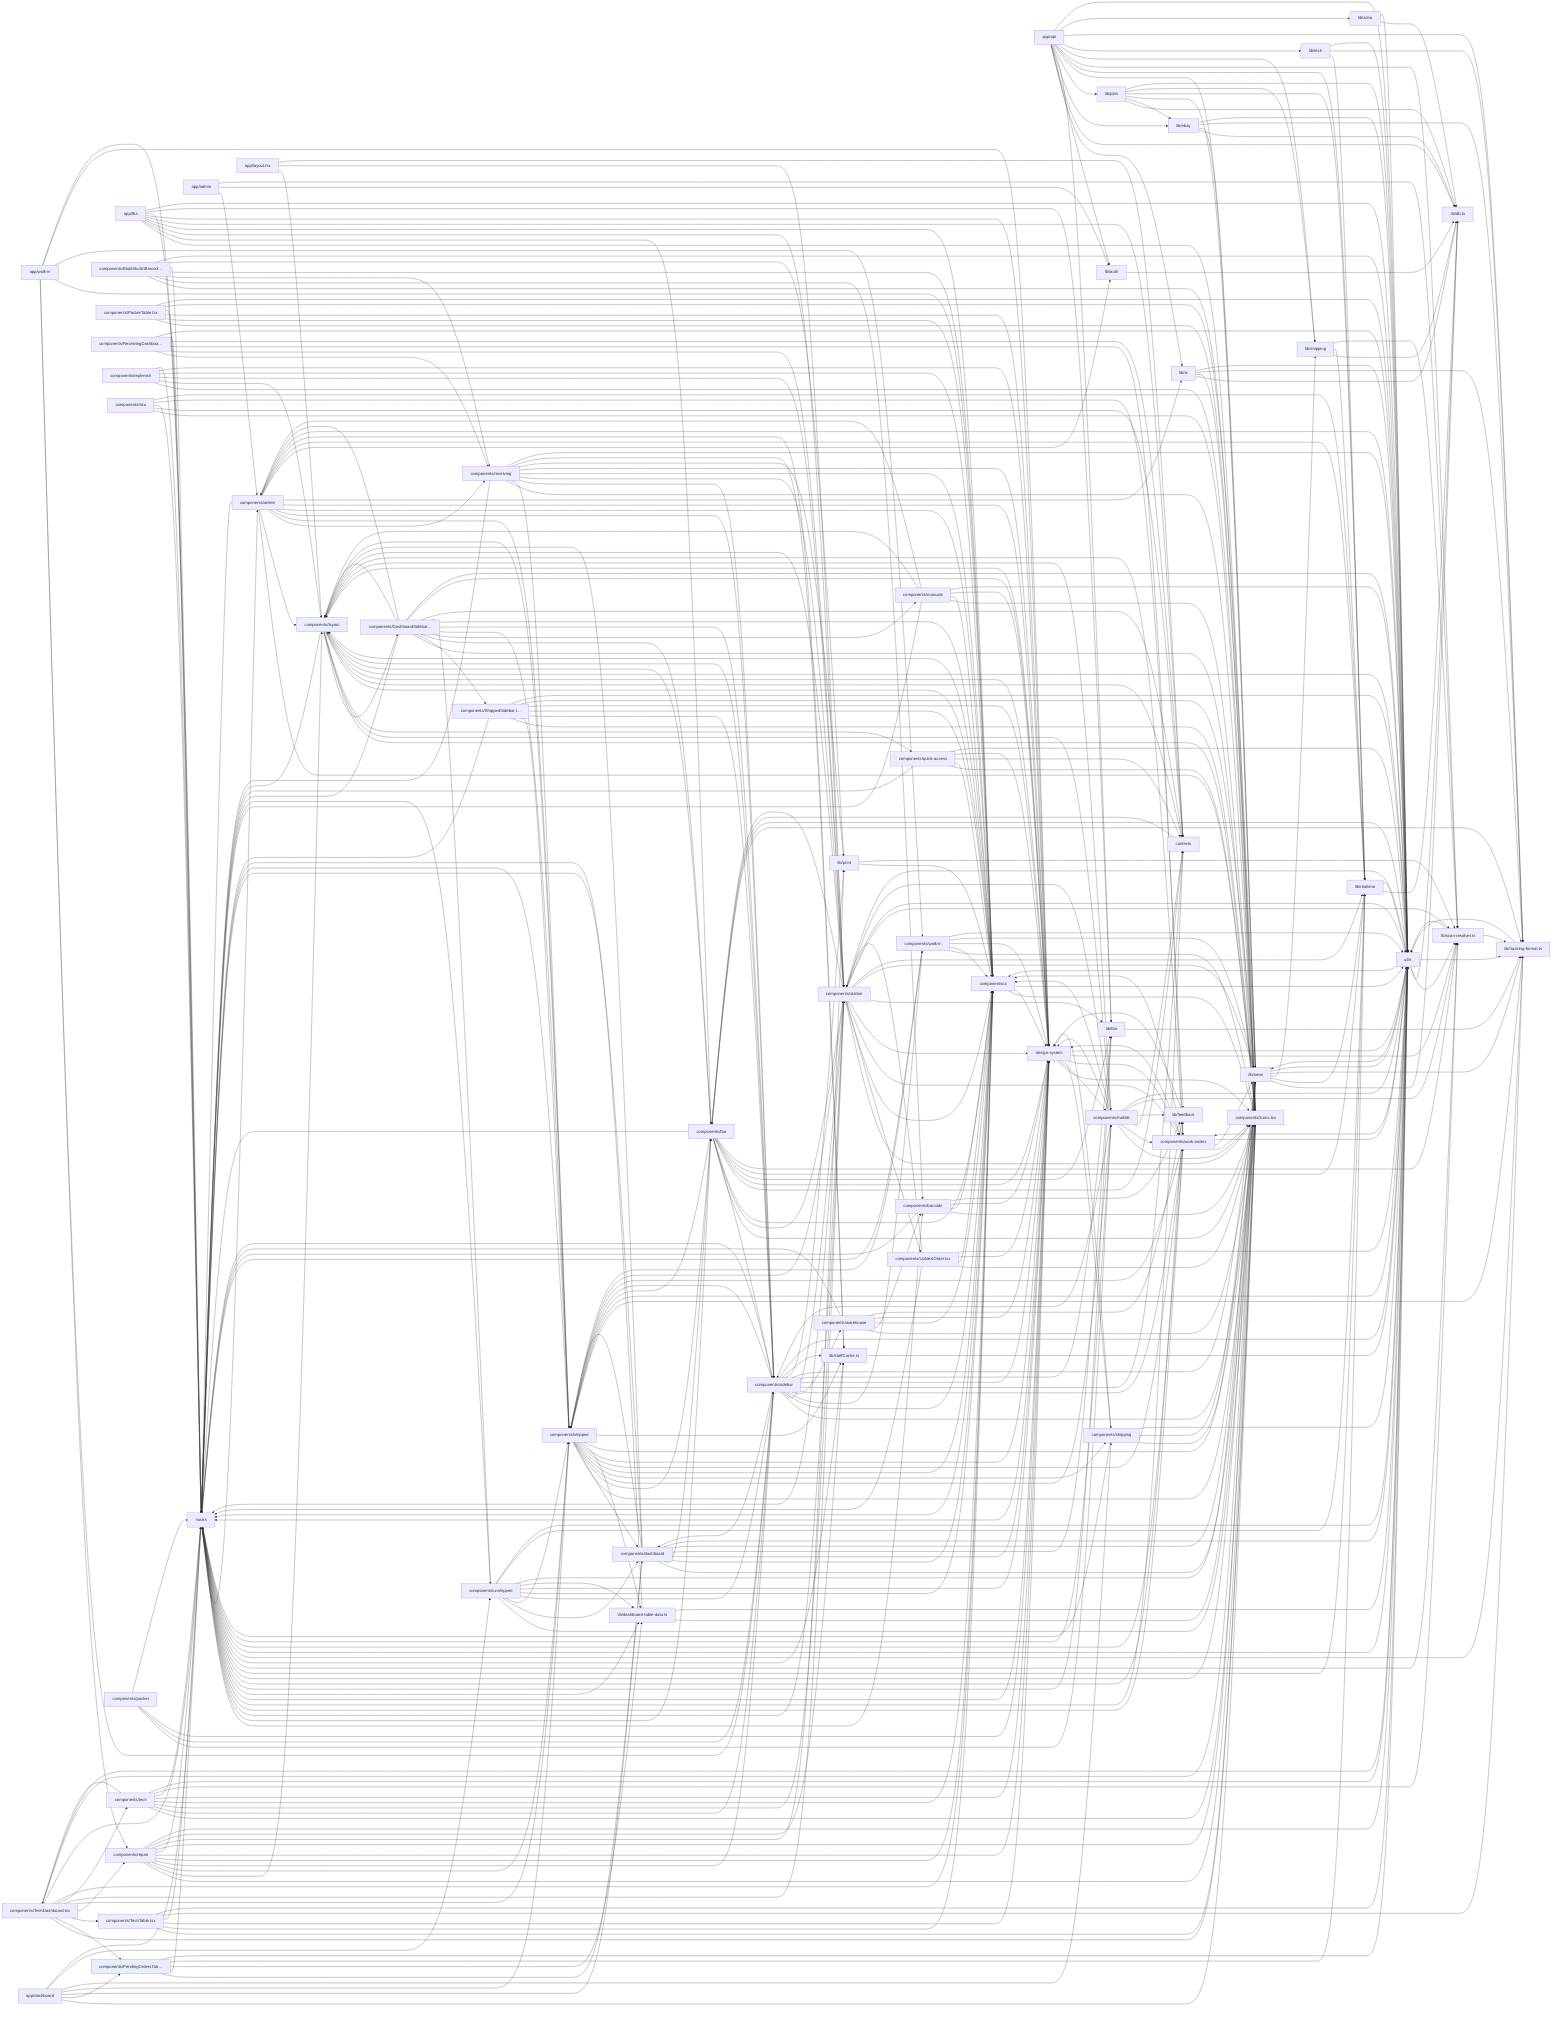
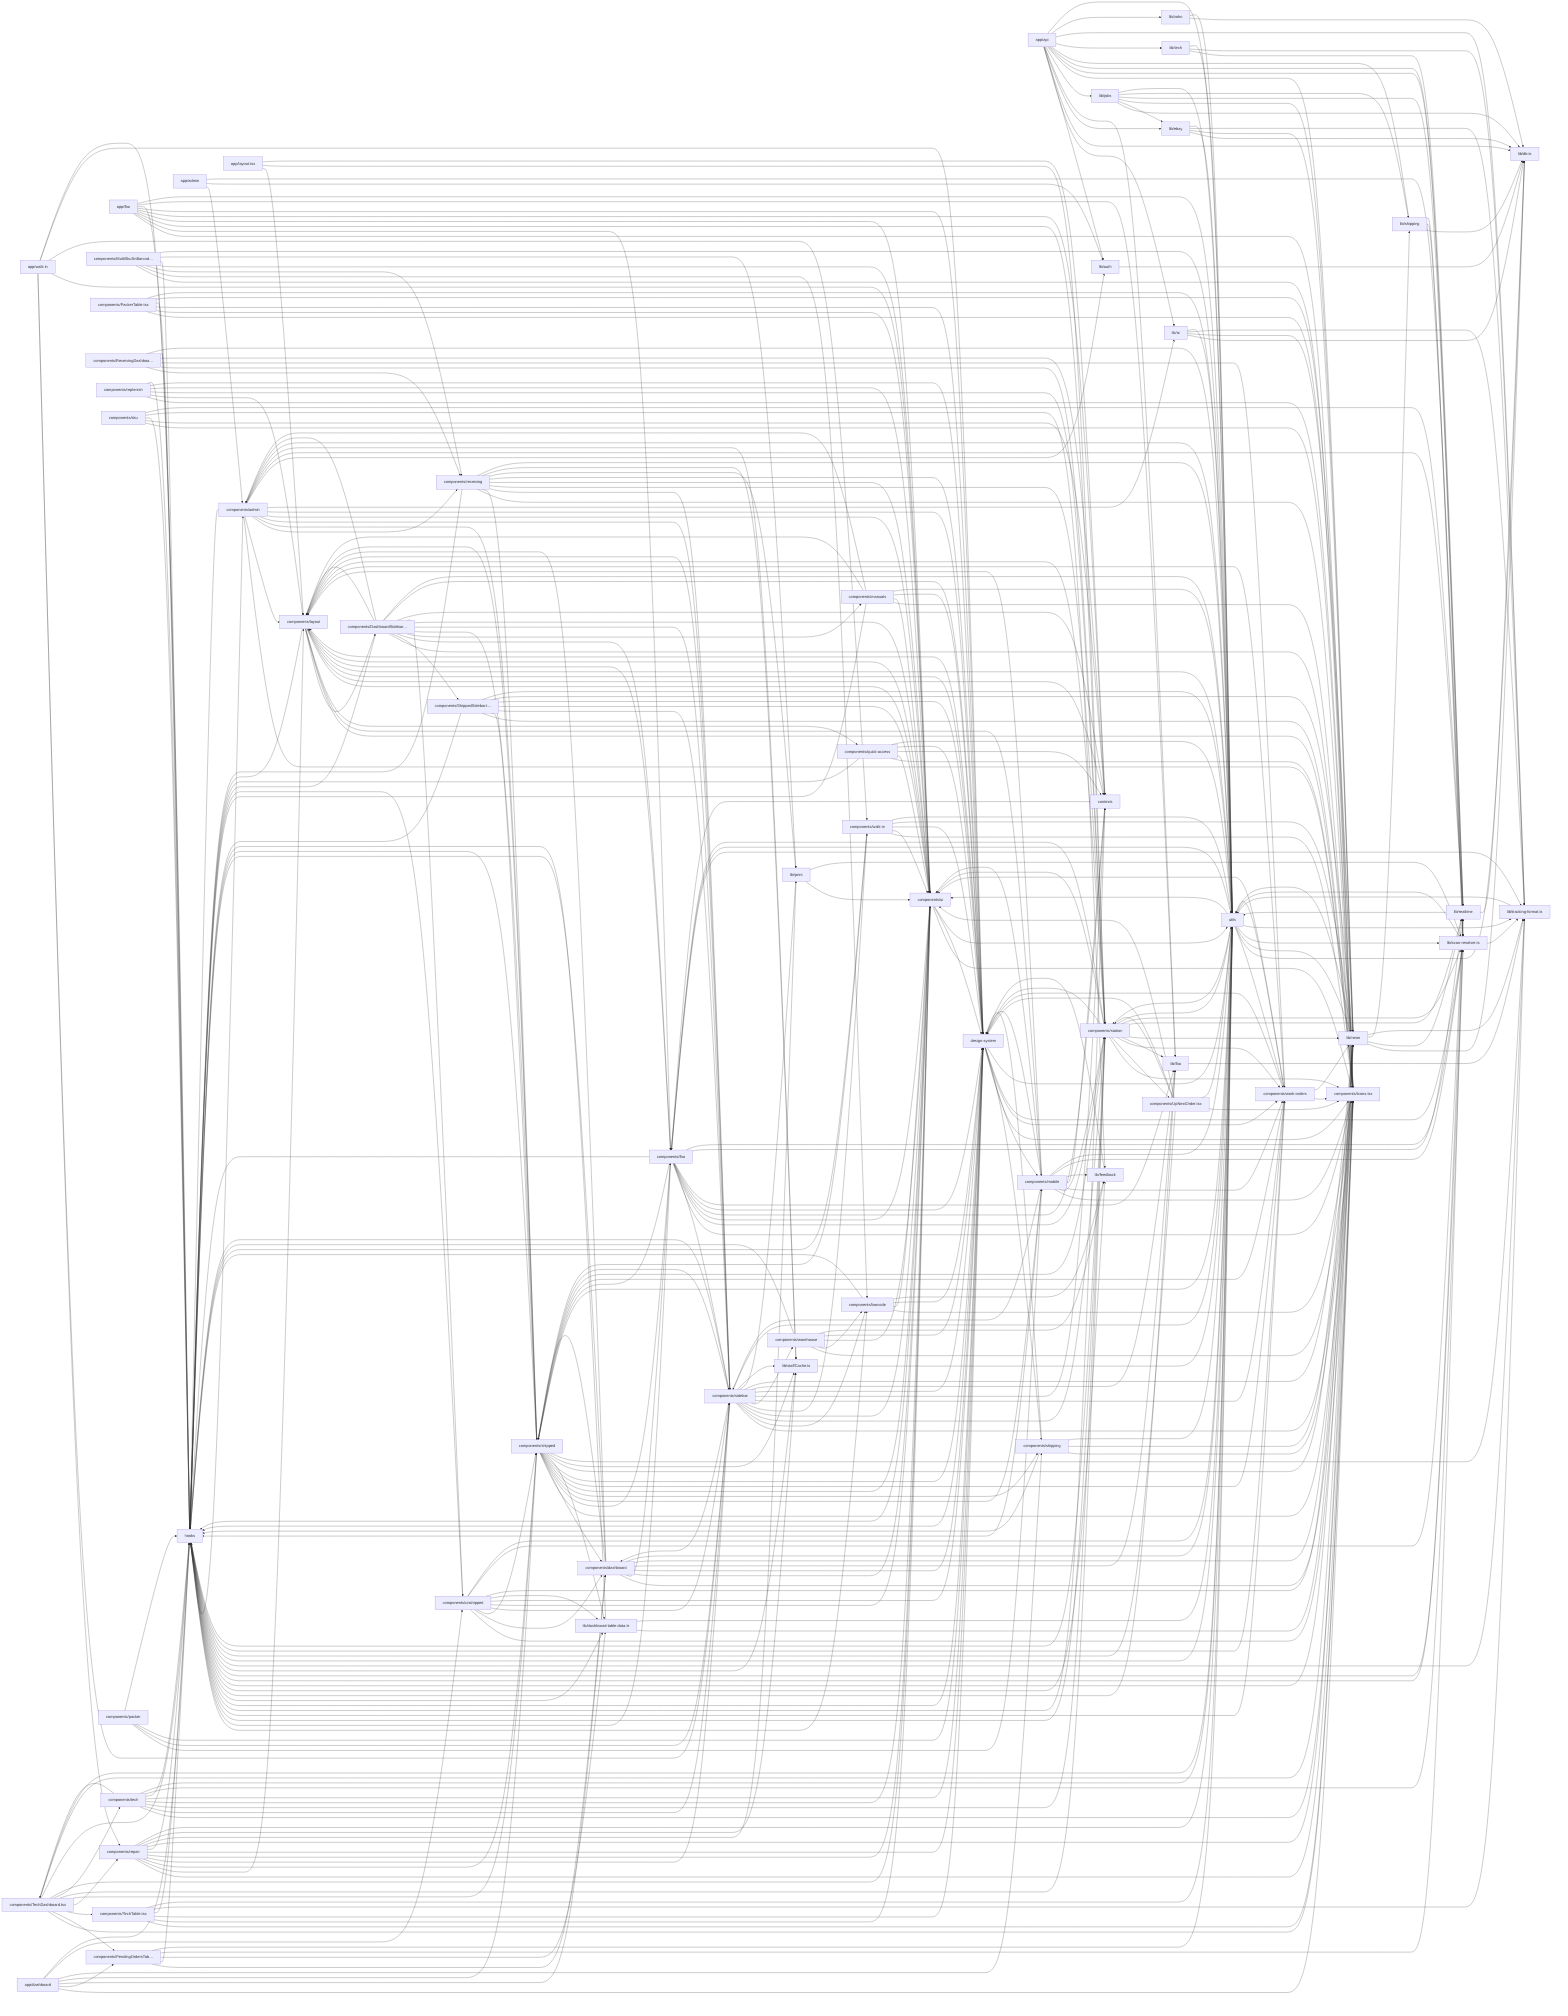
flowchart LR
  hooks["hooks"]
  click hooks "src/hooks/useShippedTableData.ts" "Open src/hooks/useShippedTableData.ts"
  utils["utils"]
  click utils "src/utils/receiving-search-history.ts" "Open src/utils/receiving-search-history.ts"
  app_api["app/api"]
  click app_api "src/app/api/scan-tracking/route.ts" "Open src/app/api/scan-tracking/route.ts"
  design_system["design-system"]
  click design_system "src/design-system/index.ts" "Open src/design-system/index.ts"
  components_Icons_tsx["components/Icons.tsx"]
  click components_Icons_tsx "src/components/Icons.tsx" "Open src/components/Icons.tsx"
+   components_sidebar["components/sidebar"]
+   click components_sidebar "src/components/sidebar/DeviceModeToggle.tsx" "Open src/components/sidebar/DeviceModeToggle.tsx"
  components_ui["components/ui"]
  click components_ui "src/components/ui/DeleteButton.tsx" "Open src/components/ui/DeleteButton.tsx"
-   components_sidebar["components/sidebar"]
-   click components_sidebar "src/components/sidebar/DeviceModeToggle.tsx" "Open src/components/sidebar/DeviceModeToggle.tsx"
  components_layout["components/layout"]
  click components_layout "src/components/layout/OfflineBanner.tsx" "Open src/components/layout/OfflineBanner.tsx"
  components_shipped["components/shipped"]
  click components_shipped "src/components/shipped/DateGroupHeader.tsx" "Open src/components/shipped/DateGroupHeader.tsx"
  components_station["components/station"]
  click components_station "src/components/station/BarcodeScanner.tsx" "Open src/components/station/BarcodeScanner.tsx"
  lib_neon["lib/neon"]
  click lib_neon "src/lib/neon/serial-units-queries.ts" "Open src/lib/neon/serial-units-queries.ts"
  lib_db_ts["lib/db.ts"]
  click lib_db_ts "src/lib/db.ts" "Open src/lib/db.ts"
  components_fba["components/fba"]
  click components_fba "src/components/fba/FbaShippedTable.tsx" "Open src/components/fba/FbaShippedTable.tsx"
  contexts["contexts"]
  click contexts "src/contexts/HeaderContext.tsx" "Open src/contexts/HeaderContext.tsx"
  components_work_orders["components/work-orders"]
  click components_work_orders "src/components/work-orders/WorkOrderInfoStrip.tsx" "Open src/components/work-orders/WorkOrderInfoStrip.tsx"
  components_admin["components/admin"]
  click components_admin "src/components/admin/AccessSidebarPanel.tsx" "Open src/components/admin/AccessSidebarPanel.tsx"
  components_mobile["components/mobile"]
  click components_mobile "src/components/mobile/MobileDateGroupHeader.tsx" "Open src/components/mobile/MobileDateGroupHeader.tsx"
  lib_realtime["lib/realtime"]
  click lib_realtime "src/lib/realtime/db-events.ts" "Open src/lib/realtime/db-events.ts"
  components_receiving["components/receiving"]
  click components_receiving "src/components/receiving/Mode2Unboxing.tsx" "Open src/components/receiving/Mode2Unboxing.tsx"
  components_DashboardSidebar_tsx["components/DashboardSidebar…"]
  click components_DashboardSidebar_tsx "src/components/DashboardSidebar.tsx" "Open src/components/DashboardSidebar.tsx"
  components_repair["components/repair"]
  click components_repair "src/components/repair/SignaturePad.tsx" "Open src/components/repair/SignaturePad.tsx"
  components_dashboard["components/dashboard"]
  click components_dashboard "src/components/dashboard/StockZohoOrdersTable.tsx" "Open src/components/dashboard/StockZohoOrdersTable.tsx"
  lib_scan_resolver_ts["lib/scan-resolver.ts"]
  click lib_scan_resolver_ts "src/lib/scan-resolver.ts" "Open src/lib/scan-resolver.ts"
  lib_tracking_format_ts["lib/tracking-format.ts"]
  click lib_tracking_format_ts "src/lib/tracking-format.ts" "Open src/lib/tracking-format.ts"
  components_TechDashboard_tsx["components/TechDashboard.tsx"]
  click components_TechDashboard_tsx "src/components/TechDashboard.tsx" "Open src/components/TechDashboard.tsx"
  components_unshipped["components/unshipped"]
  click components_unshipped "src/components/unshipped/UnshippedTable.tsx" "Open src/components/unshipped/UnshippedTable.tsx"
  components_tech["components/tech"]
  click components_tech "src/components/tech/UpNextActionDock.tsx" "Open src/components/tech/UpNextActionDock.tsx"
  lib_jobs["lib/jobs"]
  click lib_jobs "src/lib/jobs/ebay-sync.ts" "Open src/lib/jobs/ebay-sync.ts"
  components_walk_in["components/walk-in"]
  click components_walk_in "src/components/walk-in/SalesDetailsPanel.tsx" "Open src/components/walk-in/SalesDetailsPanel.tsx"
  components_manuals["components/manuals"]
  click components_manuals "src/components/manuals/ManualsLibrarySidebar.tsx" "Open src/components/manuals/ManualsLibrarySidebar.tsx"
  lib_print["lib/print"]
  click lib_print "src/lib/print/printRepairLabel.ts" "Open src/lib/print/printRepairLabel.ts"
  app_fba["app/fba"]
  click app_fba "src/app/fba/page.tsx" "Open src/app/fba/page.tsx"
  components_ShippedSidebar_tsx["components/ShippedSidebar.t…"]
  click components_ShippedSidebar_tsx "src/components/ShippedSidebar.tsx" "Open src/components/ShippedSidebar.tsx"
  components_quick_access["components/quick-access"]
  click components_quick_access "src/components/quick-access/RecentSection.tsx" "Open src/components/quick-access/RecentSection.tsx"
  components_warehouse["components/warehouse"]
  click components_warehouse "src/components/warehouse/FillBar.tsx" "Open src/components/warehouse/FillBar.tsx"
+   components_barcode["components/barcode"]
+   click components_barcode "src/components/barcode/SkuInput.tsx" "Open src/components/barcode/SkuInput.tsx"
  lib_auth["lib/auth"]
  click lib_auth "src/lib/auth/dynamic-route-guard.ts" "Open src/lib/auth/dynamic-route-guard.ts"
  lib_ai["lib/ai"]
  click lib_ai "src/lib/ai/date-range.test.ts" "Open src/lib/ai/date-range.test.ts"
  lib_fba["lib/fba"]
  click lib_fba "src/lib/fba/board-item.ts" "Open src/lib/fba/board-item.ts"
  components_PendingOrdersTable_tsx["components/PendingOrdersTab…"]
  click components_PendingOrdersTable_tsx "src/components/PendingOrdersTable.tsx" "Open src/components/PendingOrdersTable.tsx"
  components_shipping["components/shipping"]
  click components_shipping "src/components/shipping/StaffButtonGrid.tsx" "Open src/components/shipping/StaffButtonGrid.tsx"
-   components_barcode["components/barcode"]
-   click components_barcode "src/components/barcode/SkuInput.tsx" "Open src/components/barcode/SkuInput.tsx"
  lib_dashboard_table_data_ts["lib/dashboard-table-data.ts"]
  click lib_dashboard_table_data_ts "src/lib/dashboard-table-data.ts" "Open src/lib/dashboard-table-data.ts"
  lib_shipping["lib/shipping"]
  click lib_shipping "src/lib/shipping/repository.ts" "Open src/lib/shipping/repository.ts"
  app_layout_tsx["app/layout.tsx"]
  click app_layout_tsx "src/app/layout.tsx" "Open src/app/layout.tsx"
  app_dashboard["app/dashboard"]
  click app_dashboard "src/app/dashboard/page.tsx" "Open src/app/dashboard/page.tsx"
  components_MultiSkuSnBarcode_tsx["components/MultiSkuSnBarcod…"]
  click components_MultiSkuSnBarcode_tsx "src/components/MultiSkuSnBarcode.tsx" "Open src/components/MultiSkuSnBarcode.tsx"
  components_UpNextOrder_tsx["components/UpNextOrder.tsx"]
  click components_UpNextOrder_tsx "src/components/UpNextOrder.tsx" "Open src/components/UpNextOrder.tsx"
  components_TechTable_tsx["components/TechTable.tsx"]
  click components_TechTable_tsx "src/components/TechTable.tsx" "Open src/components/TechTable.tsx"
  components_PackerTable_tsx["components/PackerTable.tsx"]
  click components_PackerTable_tsx "src/components/PackerTable.tsx" "Open src/components/PackerTable.tsx"
  components_ReceivingDashboard_tsx["components/ReceivingDashboa…"]
  click components_ReceivingDashboard_tsx "src/components/ReceivingDashboard.tsx" "Open src/components/ReceivingDashboard.tsx"
  components_replenish["components/replenish"]
  click components_replenish "src/components/replenish/ReplenishmentReceivingTab.tsx" "Open src/components/replenish/ReplenishmentReceivingTab.tsx"
  components_sku["components/sku"]
  click components_sku "src/components/sku/BinRowDetailsSheet.tsx" "Open src/components/sku/BinRowDetailsSheet.tsx"
  components_packer["components/packer"]
  click components_packer "src/components/packer/PackerPageContent.tsx" "Open src/components/packer/PackerPageContent.tsx"
  lib_staffCache_ts["lib/staffCache.ts"]
  click lib_staffCache_ts "src/lib/staffCache.ts" "Open src/lib/staffCache.ts"
  lib_zoho["lib/zoho"]
  click lib_zoho "src/lib/zoho/mock.ts" "Open src/lib/zoho/mock.ts"
  lib_ebay["lib/ebay"]
  click lib_ebay "src/lib/ebay/token-refresh.ts" "Open src/lib/ebay/token-refresh.ts"
  lib_feedback["lib/feedback"]
  click lib_feedback "src/lib/feedback/confirm.ts" "Open src/lib/feedback/confirm.ts"
  lib_tech["lib/tech"]
  click lib_tech "src/lib/tech/resolveStaffIdFromTechParam.ts" "Open src/lib/tech/resolveStaffIdFromTechParam.ts"
  app_admin["app/admin"]
  click app_admin "src/app/admin/page.tsx" "Open src/app/admin/page.tsx"
  app_walk_in["app/walk-in"]
  click app_walk_in "src/app/walk-in/page.tsx" "Open src/app/walk-in/page.tsx"
  app_admin --> components_admin
  app_admin --> lib_auth
  app_admin --> lib_scan_resolver_ts
  app_api --> lib_ai
  app_api --> lib_auth
  app_api --> lib_db_ts
  app_api --> lib_ebay
  app_api --> lib_fba
  app_api --> lib_jobs
  app_api --> lib_neon
  app_api --> lib_realtime
  app_api --> lib_scan_resolver_ts
  app_api --> lib_shipping
  app_api --> lib_tech
  app_api --> lib_tracking_format_ts
  app_api --> lib_zoho
  app_api --> utils
  app_dashboard --> components_Icons_tsx
  app_dashboard --> components_PendingOrdersTable_tsx
  app_dashboard --> components_dashboard
  app_dashboard --> components_shipped
  app_dashboard --> components_shipping
  app_dashboard --> components_unshipped
  app_dashboard --> hooks
  app_fba --> components_Icons_tsx
  app_fba --> components_fba
  app_fba --> components_station
  app_fba --> components_ui
  app_fba --> contexts
  app_fba --> design_system
  app_fba --> hooks
  app_fba --> lib_fba
  app_fba --> utils
  app_layout_tsx --> components_layout
  app_layout_tsx --> components_station
  app_layout_tsx --> contexts
  app_walk_in --> components_repair
  app_walk_in --> components_sidebar
  app_walk_in --> components_ui
  app_walk_in --> components_walk_in
  app_walk_in --> design_system
  app_walk_in --> hooks
  components_DashboardSidebar_tsx --> components_Icons_tsx
  components_DashboardSidebar_tsx --> components_ShippedSidebar_tsx
  components_DashboardSidebar_tsx --> components_admin
  components_DashboardSidebar_tsx --> components_fba
  components_DashboardSidebar_tsx --> components_layout
  components_DashboardSidebar_tsx --> components_manuals
  components_DashboardSidebar_tsx --> components_shipped
  components_DashboardSidebar_tsx --> components_sidebar
  components_DashboardSidebar_tsx --> components_ui
  components_DashboardSidebar_tsx --> components_unshipped
  components_DashboardSidebar_tsx --> contexts
  components_DashboardSidebar_tsx --> design_system
  components_DashboardSidebar_tsx --> hooks
  components_DashboardSidebar_tsx --> utils
  components_MultiSkuSnBarcode_tsx --> components_Icons_tsx
  components_MultiSkuSnBarcode_tsx --> components_barcode
  components_MultiSkuSnBarcode_tsx --> components_receiving
  components_MultiSkuSnBarcode_tsx --> components_ui
  components_MultiSkuSnBarcode_tsx --> hooks
  components_MultiSkuSnBarcode_tsx --> lib_print
  components_MultiSkuSnBarcode_tsx --> utils
  components_PackerTable_tsx --> components_Icons_tsx
  components_PackerTable_tsx --> components_ui
  components_PackerTable_tsx --> design_system
  components_PackerTable_tsx --> hooks
  components_PackerTable_tsx --> lib_neon
  components_PackerTable_tsx --> utils
  components_PendingOrdersTable_tsx --> components_dashboard
  components_PendingOrdersTable_tsx --> hooks
  components_PendingOrdersTable_tsx --> lib_dashboard_table_data_ts
  components_PendingOrdersTable_tsx --> lib_realtime
  components_PendingOrdersTable_tsx --> utils
  components_ReceivingDashboard_tsx --> components_receiving
  components_ReceivingDashboard_tsx --> components_station
  components_ReceivingDashboard_tsx --> components_work_orders
  components_ReceivingDashboard_tsx --> contexts
  components_ReceivingDashboard_tsx --> hooks
  components_ReceivingDashboard_tsx --> utils
  components_ShippedSidebar_tsx --> components_Icons_tsx
  components_ShippedSidebar_tsx --> components_shipped
  components_ShippedSidebar_tsx --> components_sidebar
  components_ShippedSidebar_tsx --> components_ui
  components_ShippedSidebar_tsx --> design_system
  components_ShippedSidebar_tsx --> hooks
  components_ShippedSidebar_tsx --> lib_neon
  components_ShippedSidebar_tsx --> utils
  components_TechDashboard_tsx --> components_Icons_tsx
  components_TechDashboard_tsx --> components_PendingOrdersTable_tsx
  components_TechDashboard_tsx --> components_TechTable_tsx
  components_TechDashboard_tsx --> components_repair
  components_TechDashboard_tsx --> components_shipped
  components_TechDashboard_tsx --> components_station
  components_TechDashboard_tsx --> components_tech
  components_TechDashboard_tsx --> components_ui
  components_TechDashboard_tsx --> hooks
  components_TechDashboard_tsx --> lib_neon
  components_TechDashboard_tsx --> utils
  components_TechTable_tsx --> components_Icons_tsx
  components_TechTable_tsx --> components_ui
  components_TechTable_tsx --> design_system
  components_TechTable_tsx --> hooks
  components_TechTable_tsx --> lib_tracking_format_ts
  components_TechTable_tsx --> utils
  components_UpNextOrder_tsx --> components_Icons_tsx
  components_UpNextOrder_tsx --> components_station
  components_UpNextOrder_tsx --> components_ui
  components_UpNextOrder_tsx --> design_system
  components_UpNextOrder_tsx --> hooks
  components_UpNextOrder_tsx --> utils
  components_admin --> components_Icons_tsx
  components_admin --> components_layout
  components_admin --> components_receiving
  components_admin --> components_shipped
  components_admin --> components_sidebar
  components_admin --> components_ui
  components_admin --> design_system
  components_admin --> hooks
  components_admin --> lib_ai
  components_admin --> lib_auth
  components_admin --> lib_realtime
  components_admin --> lib_staffCache_ts
  components_admin --> utils
  components_barcode --> components_Icons_tsx
  components_barcode --> components_ui
  components_barcode --> design_system
  components_barcode --> hooks
  components_barcode --> lib_feedback
  components_dashboard --> components_Icons_tsx
  components_dashboard --> components_fba
  components_dashboard --> components_layout
  components_dashboard --> components_shipped
  components_dashboard --> components_ui
  components_dashboard --> design_system
  components_dashboard --> hooks
  components_dashboard --> lib_fba
  components_dashboard --> lib_neon
  components_dashboard --> utils
  components_fba --> components_Icons_tsx
  components_fba --> components_layout
  components_fba --> components_shipped
  components_fba --> components_sidebar
  components_fba --> components_station
  components_fba --> components_ui
  components_fba --> contexts
  components_fba --> design_system
  components_fba --> hooks
  components_fba --> lib_fba
  components_fba --> lib_realtime
  components_fba --> lib_scan_resolver_ts
  components_fba --> lib_tracking_format_ts
  components_fba --> utils
  components_layout --> components_DashboardSidebar_tsx
  components_layout --> components_Icons_tsx
  components_layout --> components_mobile
  components_layout --> components_quick_access
  components_layout --> components_ui
  components_layout --> contexts
  components_layout --> design_system
  components_layout --> hooks
  components_layout --> utils
  components_manuals --> components_Icons_tsx
  components_manuals --> components_admin
  components_manuals --> components_layout
  components_manuals --> components_ui
  components_manuals --> design_system
  components_manuals --> hooks
  components_manuals --> utils
  components_mobile --> components_Icons_tsx
  components_mobile --> components_layout
  components_mobile --> components_sidebar
  components_mobile --> components_station
  components_mobile --> components_ui
  components_mobile --> components_work_orders
  components_mobile --> contexts
  components_mobile --> design_system
  components_mobile --> hooks
  components_mobile --> lib_feedback
  components_mobile --> lib_scan_resolver_ts
  components_mobile --> utils
  components_packer --> components_mobile
  components_packer --> components_sidebar
  components_packer --> design_system
  components_packer --> hooks
  components_quick_access --> components_Icons_tsx
  components_quick_access --> components_ui
  components_quick_access --> contexts
  components_quick_access --> design_system
  components_quick_access --> hooks
  components_quick_access --> utils
  components_receiving --> components_Icons_tsx
  components_receiving --> components_shipped
  components_receiving --> components_sidebar
  components_receiving --> components_station
  components_receiving --> components_ui
  components_receiving --> design_system
  components_receiving --> hooks
  components_receiving --> lib_print
  components_receiving --> lib_staffCache_ts
  components_receiving --> utils
  components_repair --> components_Icons_tsx
  components_repair --> components_layout
  components_repair --> components_shipped
  components_repair --> components_sidebar
  components_repair --> components_ui
  components_repair --> design_system
  components_repair --> hooks
  components_repair --> lib_neon
  components_repair --> lib_print
  components_repair --> lib_staffCache_ts
  components_repair --> utils
  components_replenish --> components_Icons_tsx
  components_replenish --> components_layout
  components_replenish --> components_station
  components_replenish --> components_ui
  components_replenish --> design_system
  components_replenish --> hooks
  components_shipped --> components_Icons_tsx
  components_shipped --> components_dashboard
  components_shipped --> components_fba
  components_shipped --> components_layout
  components_shipped --> components_mobile
  components_shipped --> components_shipping
  components_shipped --> components_ui
  components_shipped --> components_work_orders
  components_shipped --> design_system
  components_shipped --> hooks
  components_shipped --> lib_dashboard_table_data_ts
  components_shipped --> lib_neon
  components_shipped --> lib_staffCache_ts
  components_shipped --> lib_tracking_format_ts
  components_shipped --> utils
  components_shipping --> components_Icons_tsx
  components_shipping --> design_system
  components_shipping --> hooks
  components_shipping --> lib_neon
  components_shipping --> utils
  components_sidebar --> components_Icons_tsx
+   components_sidebar --> components_barcode
  components_sidebar --> components_dashboard
  components_sidebar --> components_layout
  components_sidebar --> components_shipped
  components_sidebar --> components_station
  components_sidebar --> components_ui
  components_sidebar --> components_walk_in
  components_sidebar --> components_warehouse
  components_sidebar --> components_work_orders
  components_sidebar --> contexts
  components_sidebar --> design_system
  components_sidebar --> hooks
  components_sidebar --> lib_fba
  components_sidebar --> lib_neon
  components_sidebar --> lib_print
  components_sidebar --> lib_staffCache_ts
  components_sidebar --> utils
  components_sku --> components_Icons_tsx
  components_sku --> contexts
  components_sku --> hooks
  components_sku --> lib_feedback
  components_sku --> lib_realtime
  components_station --> components_Icons_tsx
  components_station --> components_UpNextOrder_tsx
  components_station --> components_fba
  components_station --> components_layout
  components_station --> components_shipped
  components_station --> components_ui
  components_station --> components_work_orders
  components_station --> design_system
  components_station --> hooks
  components_station --> lib_fba
  components_station --> lib_neon
  components_station --> lib_realtime
  components_station --> lib_scan_resolver_ts
  components_station --> utils
  components_tech --> components_Icons_tsx
  components_tech --> components_TechDashboard_tsx
  components_tech --> components_sidebar
  components_tech --> components_station
  components_tech --> components_ui
  components_tech --> design_system
  components_tech --> hooks
  components_tech --> lib_scan_resolver_ts
  components_tech --> utils
  components_ui --> components_Icons_tsx
  components_ui --> components_layout
  components_ui --> design_system
  components_ui --> hooks
  components_ui --> utils
  components_unshipped --> components_Icons_tsx
  components_unshipped --> components_dashboard
  components_unshipped --> components_shipped
  components_unshipped --> components_sidebar
  components_unshipped --> components_ui
  components_unshipped --> design_system
  components_unshipped --> hooks
  components_unshipped --> lib_dashboard_table_data_ts
  components_unshipped --> lib_neon
  components_unshipped --> lib_realtime
  components_unshipped --> utils
  components_walk_in --> components_Icons_tsx
  components_walk_in --> components_shipped
  components_walk_in --> components_ui
  components_walk_in --> design_system
  components_walk_in --> hooks
  components_walk_in --> lib_neon
  components_walk_in --> utils
  components_warehouse --> components_Icons_tsx
  components_warehouse --> components_barcode
  components_warehouse --> components_ui
  components_warehouse --> design_system
  components_warehouse --> hooks
  components_warehouse --> lib_feedback
  components_work_orders --> components_Icons_tsx
  components_work_orders --> components_layout
  components_work_orders --> components_shipped
  components_work_orders --> components_ui
  components_work_orders --> design_system
  components_work_orders --> hooks
  components_work_orders --> lib_neon
  components_work_orders --> utils
  contexts --> components_fba
  design_system --> components_Icons_tsx
  design_system --> components_layout
  design_system --> components_mobile
  design_system --> components_shipping
  design_system --> components_work_orders
  design_system --> hooks
  design_system --> lib_scan_resolver_ts
  design_system --> utils
  hooks --> components_admin
  hooks --> components_barcode
  hooks --> components_fba
  hooks --> components_station
  hooks --> components_work_orders
  hooks --> contexts
  hooks --> design_system
  hooks --> lib_dashboard_table_data_ts
  hooks --> lib_fba
  hooks --> lib_feedback
  hooks --> lib_neon
  hooks --> lib_realtime
  hooks --> lib_scan_resolver_ts
  hooks --> lib_staffCache_ts
  hooks --> lib_tracking_format_ts
  hooks --> utils
  lib_ai --> lib_db_ts
  lib_ai --> lib_neon
  lib_ai --> lib_tracking_format_ts
  lib_ai --> utils
  lib_auth --> lib_db_ts
  lib_dashboard_table_data_ts --> hooks
  lib_dashboard_table_data_ts --> lib_neon
  lib_dashboard_table_data_ts --> utils
  lib_ebay --> lib_db_ts
  lib_ebay --> lib_neon
  lib_ebay --> lib_tracking_format_ts
  lib_ebay --> utils
  lib_fba --> lib_tracking_format_ts
  lib_feedback --> design_system
  lib_jobs --> lib_db_ts
  lib_jobs --> lib_ebay
  lib_jobs --> lib_neon
  lib_jobs --> lib_realtime
  lib_jobs --> lib_shipping
  lib_jobs --> utils
  lib_neon --> lib_db_ts
  lib_neon --> lib_realtime
  lib_neon --> lib_shipping
  lib_neon --> lib_tracking_format_ts
  lib_neon --> utils
  lib_print --> components_ui
  lib_print --> lib_scan_resolver_ts
  lib_realtime --> lib_db_ts
  lib_realtime --> utils
  lib_scan_resolver_ts --> lib_tracking_format_ts
  lib_scan_resolver_ts --> utils
  lib_shipping --> lib_db_ts
  lib_shipping --> lib_realtime
  lib_shipping --> lib_scan_resolver_ts
  lib_staffCache_ts --> utils
  lib_tech --> lib_realtime
  lib_tech --> lib_tracking_format_ts
  lib_tech --> utils
  lib_tracking_format_ts --> utils
  lib_zoho --> lib_db_ts
  lib_zoho --> utils
  utils --> components_station
  utils --> components_ui
  utils --> components_work_orders
  utils --> lib_db_ts
  utils --> lib_neon
  utils --> lib_scan_resolver_ts
  utils --> lib_tracking_format_ts
  %% truncated: 139 more groups not shown